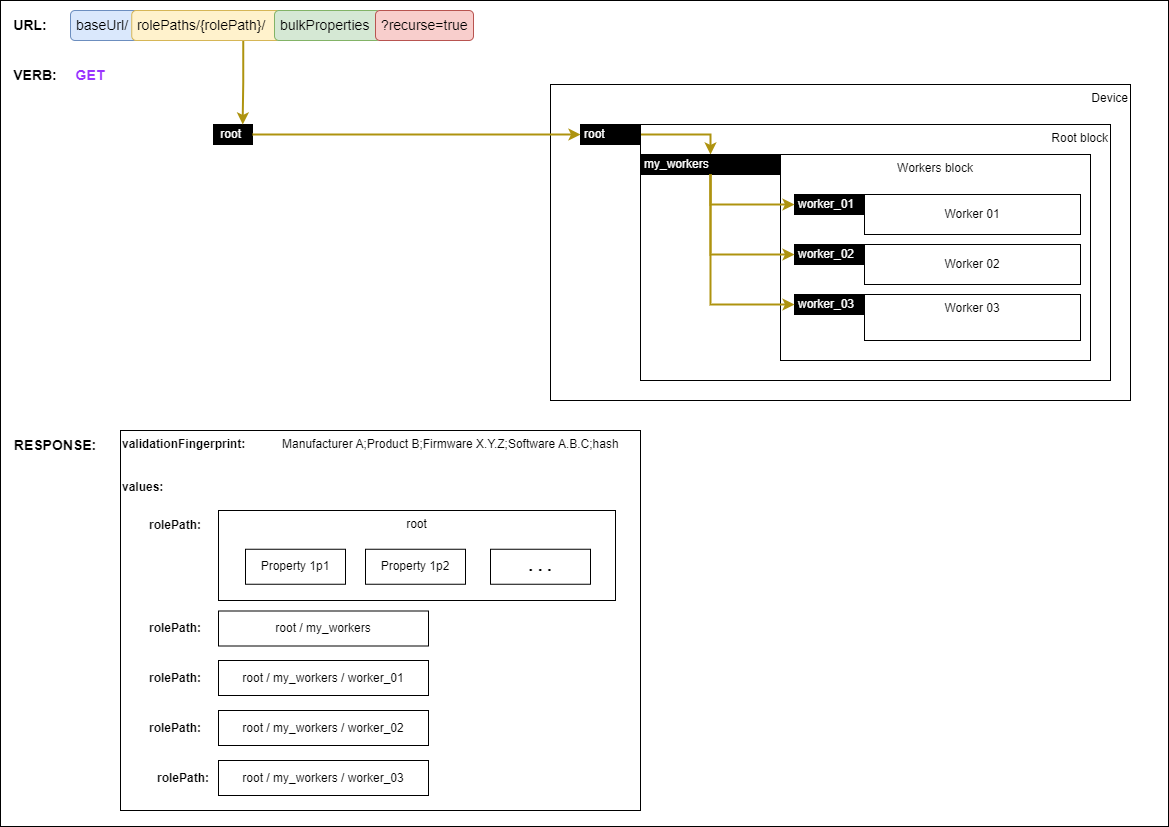
Before: docs/images/performing-full-backup.png, a diagram exported from draw.io (AMWA-TV/is-device-configuration). Source tidied: cells renumbered, new cells last; positions are measured from the earlier drawing's top-left corner, leaving out a move shared by most shapes. Source of this version:
```xml
<mxGraphModel>
  <root>
    <mxCell id="0" />
    <mxCell id="1" parent="0" />
    <mxCell id="2" style="rounded=0;whiteSpace=wrap;html=1;" parent="1" vertex="1">
      <mxGeometry width="1168" height="826" as="geometry" />
    </mxCell>
    <mxCell id="3" value="Device" style="rounded=0;whiteSpace=wrap;html=1;align=right;verticalAlign=top;" parent="1" vertex="1">
      <mxGeometry x="550" y="84" width="580" height="316" as="geometry" />
    </mxCell>
    <mxCell id="4" value="&lt;div&gt;Root block&lt;br&gt;&lt;/div&gt;" style="rounded=0;whiteSpace=wrap;html=1;align=right;verticalAlign=top;" parent="1" vertex="1">
      <mxGeometry x="640" y="124" width="470" height="256" as="geometry" />
    </mxCell>
    <mxCell id="5" value="Workers block" style="rounded=0;whiteSpace=wrap;html=1;verticalAlign=top;" parent="1" vertex="1">
      <mxGeometry x="780" y="154" width="310" height="206" as="geometry" />
    </mxCell>
    <mxCell id="6" value="Worker 01" style="rounded=0;whiteSpace=wrap;html=1;" parent="1" vertex="1">
      <mxGeometry x="864" y="194" width="216" height="40" as="geometry" />
    </mxCell>
    <mxCell id="7" value="Worker 02" style="rounded=0;whiteSpace=wrap;html=1;" parent="1" vertex="1">
      <mxGeometry x="864" y="244" width="216" height="40" as="geometry" />
    </mxCell>
    <mxCell id="8" value="Worker 03" style="rounded=0;whiteSpace=wrap;html=1;verticalAlign=top;" parent="1" vertex="1">
      <mxGeometry x="864" y="294" width="216" height="46" as="geometry" />
    </mxCell>
    <mxCell id="9" style="edgeStyle=orthogonalEdgeStyle;rounded=0;jettySize=auto;html=1;exitX=1;exitY=0.5;exitDx=0;exitDy=0;fontColor=#000000;strokeColor=#ae930f;strokeWidth=2;" parent="1" edge="1" source="10" target="11">
      <mxGeometry relative="1" as="geometry" />
    </mxCell>
    <mxCell id="10" value="root" style="rounded=0;whiteSpace=wrap;html=1;align=left;fillColor=#000000;fontColor=#FFFFFF;spacingLeft=2;" parent="1" vertex="1">
      <mxGeometry x="580" y="124" width="60" height="20" as="geometry" />
    </mxCell>
    <mxCell id="11" value="my_workers" style="rounded=0;whiteSpace=wrap;html=1;align=left;fillColor=#000000;fontColor=#FFFFFF;spacingLeft=2;" parent="1" vertex="1">
      <mxGeometry x="640" y="154" width="140" height="20" as="geometry" />
    </mxCell>
    <mxCell id="12" value="worker_01" style="rounded=0;whiteSpace=wrap;html=1;align=left;fillColor=#000000;fontColor=#FFFFFF;spacingLeft=2;" parent="1" vertex="1">
      <mxGeometry x="794" y="194" width="70" height="20" as="geometry" />
    </mxCell>
    <mxCell id="13" value="worker_02" style="rounded=0;whiteSpace=wrap;html=1;align=left;fillColor=#000000;fontColor=#FFFFFF;spacingLeft=2;" parent="1" vertex="1">
      <mxGeometry x="794" y="244" width="70" height="20" as="geometry" />
    </mxCell>
    <mxCell id="14" value="URL:" style="text;html=1;strokeColor=none;fillColor=none;align=center;verticalAlign=middle;whiteSpace=wrap;rounded=0;fontStyle=1;fontSize=14;" parent="1" vertex="1">
      <mxGeometry x="10" y="10" width="40" height="30" as="geometry" />
    </mxCell>
    <mxCell id="15" value="VERB:" style="text;html=1;strokeColor=none;fillColor=none;align=center;verticalAlign=middle;whiteSpace=wrap;rounded=0;fontStyle=1;fontSize=14;" parent="1" vertex="1">
      <mxGeometry x="10" y="60" width="50" height="30" as="geometry" />
    </mxCell>
    <mxCell id="16" value="GET" style="text;html=1;strokeColor=none;fillColor=none;align=center;verticalAlign=middle;whiteSpace=wrap;rounded=0;fontStyle=1;fontSize=14;fontColor=#9933FF;" parent="1" vertex="1">
      <mxGeometry x="70" y="60" width="40" height="30" as="geometry" />
    </mxCell>
    <mxCell id="17" value="&amp;nbsp;root" style="rounded=0;whiteSpace=wrap;html=1;align=left;fillColor=#000000;fontColor=#FFFFFF;spacingLeft=2;" parent="1" vertex="1">
      <mxGeometry x="213" y="124" width="39" height="20" as="geometry" />
    </mxCell>
    <mxCell id="18" value="worker_03" style="rounded=0;whiteSpace=wrap;html=1;align=left;fillColor=#000000;fontColor=#FFFFFF;spacingLeft=2;" parent="1" vertex="1">
      <mxGeometry x="794" y="294" width="70" height="20" as="geometry" />
    </mxCell>
    <mxCell id="19" style="edgeStyle=orthogonalEdgeStyle;rounded=0;jettySize=auto;html=1;fontColor=#000000;strokeColor=#ae930f;entryX=0.75;entryY=0;entryDx=0;entryDy=0;strokeWidth=2;exitX=0.75;exitY=1;exitDx=0;exitDy=0;" parent="1" edge="1" source="21" target="17">
      <mxGeometry relative="1" as="geometry" />
    </mxCell>
    <mxCell id="20" value="&amp;nbsp;baseUrl/" style="rounded=1;whiteSpace=wrap;html=1;align=left;fontSize=14;fillColor=#dae8fc;strokeColor=#6c8ebf;" parent="1" vertex="1">
      <mxGeometry x="70" y="10" width="90" height="30" as="geometry" />
    </mxCell>
    <mxCell id="21" value="&amp;nbsp;rolePaths/{rolePath}/" style="rounded=1;whiteSpace=wrap;html=1;align=left;fontSize=14;fillColor=#fff2cc;strokeColor=#d6b656;" parent="1" vertex="1">
      <mxGeometry x="131.2" y="10" width="148.8" height="30" as="geometry" />
    </mxCell>
    <mxCell id="22" style="edgeStyle=orthogonalEdgeStyle;rounded=0;jettySize=auto;html=1;fontColor=#000000;strokeColor=#ae930f;entryX=0;entryY=0.5;entryDx=0;entryDy=0;strokeWidth=2;exitX=1;exitY=0.5;exitDx=0;exitDy=0;" parent="1" edge="1" source="17" target="10">
      <mxGeometry relative="1" as="geometry" />
    </mxCell>
    <mxCell id="23" value="&amp;nbsp;bulkProperties" style="rounded=1;whiteSpace=wrap;html=1;align=left;fontSize=14;fillColor=#d5e8d4;strokeColor=#82b366;" parent="1" vertex="1">
      <mxGeometry x="274" y="10" width="106" height="30" as="geometry" />
    </mxCell>
    <mxCell id="24" value="&amp;nbsp;?recurse=true" style="rounded=1;whiteSpace=wrap;html=1;align=left;fontSize=14;fillColor=#f8cecc;strokeColor=#b85450;" parent="1" vertex="1">
      <mxGeometry x="375" y="10" width="98" height="30" as="geometry" />
    </mxCell>
    <mxCell id="25" style="edgeStyle=orthogonalEdgeStyle;rounded=0;jettySize=auto;html=1;exitX=0.5;exitY=1;exitDx=0;exitDy=0;fontColor=#000000;strokeColor=#ae930f;strokeWidth=2;entryX=0;entryY=0.5;entryDx=0;entryDy=0;" parent="1" edge="1" source="11" target="12">
      <mxGeometry relative="1" as="geometry" />
    </mxCell>
    <mxCell id="26" style="edgeStyle=orthogonalEdgeStyle;rounded=0;jettySize=auto;html=1;exitX=0.5;exitY=1;exitDx=0;exitDy=0;fontColor=#000000;strokeColor=#ae930f;strokeWidth=2;entryX=0;entryY=0.5;entryDx=0;entryDy=0;" parent="1" edge="1" source="11" target="13">
      <mxGeometry relative="1" as="geometry" />
    </mxCell>
    <mxCell id="27" style="edgeStyle=orthogonalEdgeStyle;rounded=0;jettySize=auto;html=1;exitX=0.5;exitY=1;exitDx=0;exitDy=0;fontColor=#000000;strokeColor=#ae930f;strokeWidth=2;entryX=0;entryY=0.5;entryDx=0;entryDy=0;" parent="1" edge="1" source="11" target="18">
      <mxGeometry relative="1" as="geometry" />
    </mxCell>
    <mxCell id="28" value="RESPONSE:" style="text;html=1;strokeColor=none;fillColor=none;align=center;verticalAlign=middle;whiteSpace=wrap;rounded=0;fontStyle=1;fontSize=14;" parent="1" vertex="1">
      <mxGeometry x="10" y="430" width="90" height="30" as="geometry" />
    </mxCell>
    <mxCell id="29" value="&lt;div&gt;&lt;b&gt;validationFingerprint:&lt;/b&gt; &lt;span style=&quot;white-space: pre;&quot;&gt;&#9;&lt;/span&gt;&lt;span style=&quot;white-space: pre;&quot;&gt;&#9;&lt;/span&gt;Manufacturer A;Product B;Firmware X.Y.Z;Software A.B.C;hash&lt;br&gt;&lt;/div&gt;&lt;div&gt;&lt;br&gt;&lt;/div&gt;&lt;div&gt;&lt;br&gt;&lt;/div&gt;&lt;b&gt;values:&lt;/b&gt;" style="rounded=0;whiteSpace=wrap;html=1;align=left;verticalAlign=top;" parent="1" vertex="1">
      <mxGeometry x="120" y="430" width="520" height="380" as="geometry" />
    </mxCell>
    <mxCell id="30" value="root" style="rounded=0;whiteSpace=wrap;html=1;verticalAlign=top;" parent="1" vertex="1">
      <mxGeometry x="218" y="510" width="397" height="90" as="geometry" />
    </mxCell>
    <mxCell id="31" value="&lt;b&gt;rolePath:&lt;/b&gt;" style="text;html=1;align=center;verticalAlign=middle;whiteSpace=wrap;rounded=0;" parent="1" vertex="1">
      <mxGeometry x="145" y="510" width="60" height="30" as="geometry" />
    </mxCell>
    <mxCell id="32" value="Property 1p1" style="rounded=0;whiteSpace=wrap;html=1;" parent="1" vertex="1">
      <mxGeometry x="245" y="548.8" width="100" height="35" as="geometry" />
    </mxCell>
    <mxCell id="33" value="Property 1p2" style="rounded=0;whiteSpace=wrap;html=1;" parent="1" vertex="1">
      <mxGeometry x="365" y="548.8" width="100" height="35" as="geometry" />
    </mxCell>
    <mxCell id="34" value=". . ." style="rounded=0;whiteSpace=wrap;html=1;fontStyle=1;fontSize=17;" parent="1" vertex="1">
      <mxGeometry x="490" y="548.8" width="100" height="35" as="geometry" />
    </mxCell>
    <mxCell id="35" value="root / my_workers" style="rounded=0;whiteSpace=wrap;html=1;" parent="1" vertex="1">
      <mxGeometry x="218" y="610.5" width="210" height="35" as="geometry" />
    </mxCell>
    <mxCell id="36" value="root / my_workers / worker_01" style="rounded=0;whiteSpace=wrap;html=1;" parent="1" vertex="1">
      <mxGeometry x="218" y="660" width="210" height="35" as="geometry" />
    </mxCell>
    <mxCell id="37" value="root / my_workers / worker_02" style="rounded=0;whiteSpace=wrap;html=1;" parent="1" vertex="1">
      <mxGeometry x="218" y="710" width="210" height="35" as="geometry" />
    </mxCell>
    <mxCell id="38" value="root / my_workers / worker_03" style="rounded=0;whiteSpace=wrap;html=1;" parent="1" vertex="1">
      <mxGeometry x="218" y="760" width="210" height="35" as="geometry" />
    </mxCell>
    <mxCell id="39" value="&lt;b&gt;rolePath:&lt;/b&gt;" style="text;html=1;align=center;verticalAlign=middle;whiteSpace=wrap;rounded=0;" parent="1" vertex="1">
      <mxGeometry x="145" y="613" width="60" height="30" as="geometry" />
    </mxCell>
    <mxCell id="40" value="&lt;b&gt;rolePath:&lt;/b&gt;" style="text;html=1;align=center;verticalAlign=middle;whiteSpace=wrap;rounded=0;" parent="1" vertex="1">
      <mxGeometry x="145" y="662.5" width="60" height="30" as="geometry" />
    </mxCell>
    <mxCell id="41" value="&lt;b&gt;rolePath:&lt;/b&gt;" style="text;html=1;align=center;verticalAlign=middle;whiteSpace=wrap;rounded=0;" parent="1" vertex="1">
      <mxGeometry x="145" y="712.5" width="60" height="30" as="geometry" />
    </mxCell>
    <mxCell id="42" value="&lt;b&gt;rolePath:&lt;/b&gt;" style="text;html=1;align=center;verticalAlign=middle;whiteSpace=wrap;rounded=0;" parent="1" vertex="1">
      <mxGeometry x="153" y="762.5" width="60" height="30" as="geometry" />
    </mxCell>
  </root>
</mxGraphModel>
```
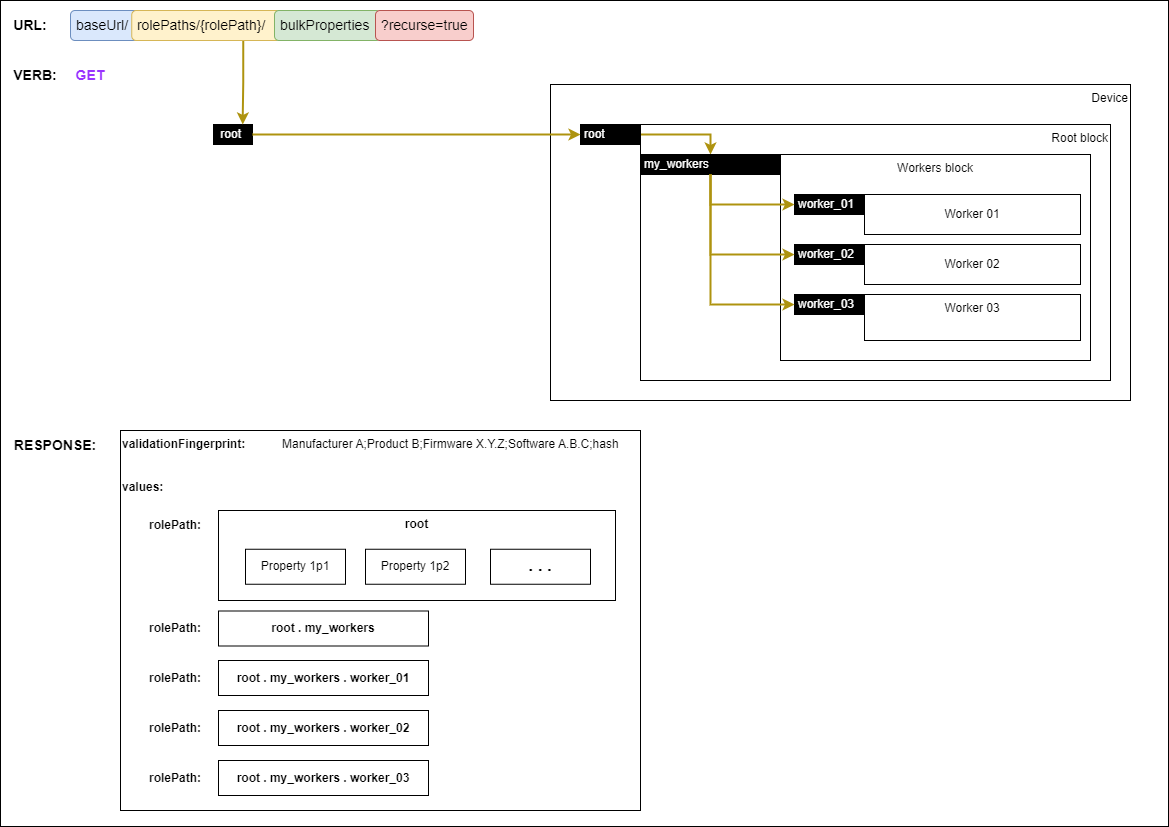
The same file after the commit.

Commit message:
Update backup & restore diagrams

To represent role paths using "." as a delimiter

Diff of the diagram source:
```diff
@@ -86,7 +86,7 @@
     <mxCell id="29" value="&lt;div&gt;&lt;b&gt;validationFingerprint:&lt;/b&gt; &lt;span style=&quot;white-space: pre;&quot;&gt;&#9;&lt;/span&gt;&lt;span style=&quot;white-space: pre;&quot;&gt;&#9;&lt;/span&gt;Manufacturer A;Product B;Firmware X.Y.Z;Software A.B.C;hash&lt;br&gt;&lt;/div&gt;&lt;div&gt;&lt;br&gt;&lt;/div&gt;&lt;div&gt;&lt;br&gt;&lt;/div&gt;&lt;b&gt;values:&lt;/b&gt;" style="rounded=0;whiteSpace=wrap;html=1;align=left;verticalAlign=top;" parent="1" vertex="1">
       <mxGeometry x="120" y="430" width="520" height="380" as="geometry" />
     </mxCell>
-    <mxCell id="30" value="root" style="rounded=0;whiteSpace=wrap;html=1;verticalAlign=top;" parent="1" vertex="1">
+    <mxCell id="30" value="root" style="rounded=0;whiteSpace=wrap;html=1;verticalAlign=top;fontStyle=1;" parent="1" vertex="1">
       <mxGeometry x="218" y="510" width="397" height="90" as="geometry" />
     </mxCell>
     <mxCell id="31" value="&lt;b&gt;rolePath:&lt;/b&gt;" style="text;html=1;align=center;verticalAlign=middle;whiteSpace=wrap;rounded=0;" parent="1" vertex="1">
@@ -101,16 +101,16 @@
     <mxCell id="34" value=". . ." style="rounded=0;whiteSpace=wrap;html=1;fontStyle=1;fontSize=17;" parent="1" vertex="1">
       <mxGeometry x="490" y="548.8" width="100" height="35" as="geometry" />
     </mxCell>
-    <mxCell id="35" value="root / my_workers" style="rounded=0;whiteSpace=wrap;html=1;" parent="1" vertex="1">
+    <mxCell id="35" value="&lt;b&gt;root . my_workers&lt;/b&gt;" style="rounded=0;whiteSpace=wrap;html=1;" parent="1" vertex="1">
       <mxGeometry x="218" y="610.5" width="210" height="35" as="geometry" />
     </mxCell>
-    <mxCell id="36" value="root / my_workers / worker_01" style="rounded=0;whiteSpace=wrap;html=1;" parent="1" vertex="1">
+    <mxCell id="36" value="root . my_workers . worker_01" style="rounded=0;whiteSpace=wrap;html=1;fontStyle=1;" parent="1" vertex="1">
       <mxGeometry x="218" y="660" width="210" height="35" as="geometry" />
     </mxCell>
-    <mxCell id="37" value="root / my_workers / worker_02" style="rounded=0;whiteSpace=wrap;html=1;" parent="1" vertex="1">
+    <mxCell id="37" value="root . my_workers . worker_02" style="rounded=0;whiteSpace=wrap;html=1;fontStyle=1;" parent="1" vertex="1">
       <mxGeometry x="218" y="710" width="210" height="35" as="geometry" />
     </mxCell>
-    <mxCell id="38" value="root / my_workers / worker_03" style="rounded=0;whiteSpace=wrap;html=1;" parent="1" vertex="1">
+    <mxCell id="38" value="root . my_workers . worker_03" style="rounded=0;whiteSpace=wrap;html=1;fontStyle=1;" parent="1" vertex="1">
       <mxGeometry x="218" y="760" width="210" height="35" as="geometry" />
     </mxCell>
     <mxCell id="39" value="&lt;b&gt;rolePath:&lt;/b&gt;" style="text;html=1;align=center;verticalAlign=middle;whiteSpace=wrap;rounded=0;" parent="1" vertex="1">
@@ -123,7 +123,7 @@
       <mxGeometry x="145" y="712.5" width="60" height="30" as="geometry" />
     </mxCell>
     <mxCell id="42" value="&lt;b&gt;rolePath:&lt;/b&gt;" style="text;html=1;align=center;verticalAlign=middle;whiteSpace=wrap;rounded=0;" parent="1" vertex="1">
-      <mxGeometry x="153" y="762.5" width="60" height="30" as="geometry" />
+      <mxGeometry x="145" y="762.5" width="60" height="30" as="geometry" />
     </mxCell>
   </root>
 </mxGraphModel>
```
